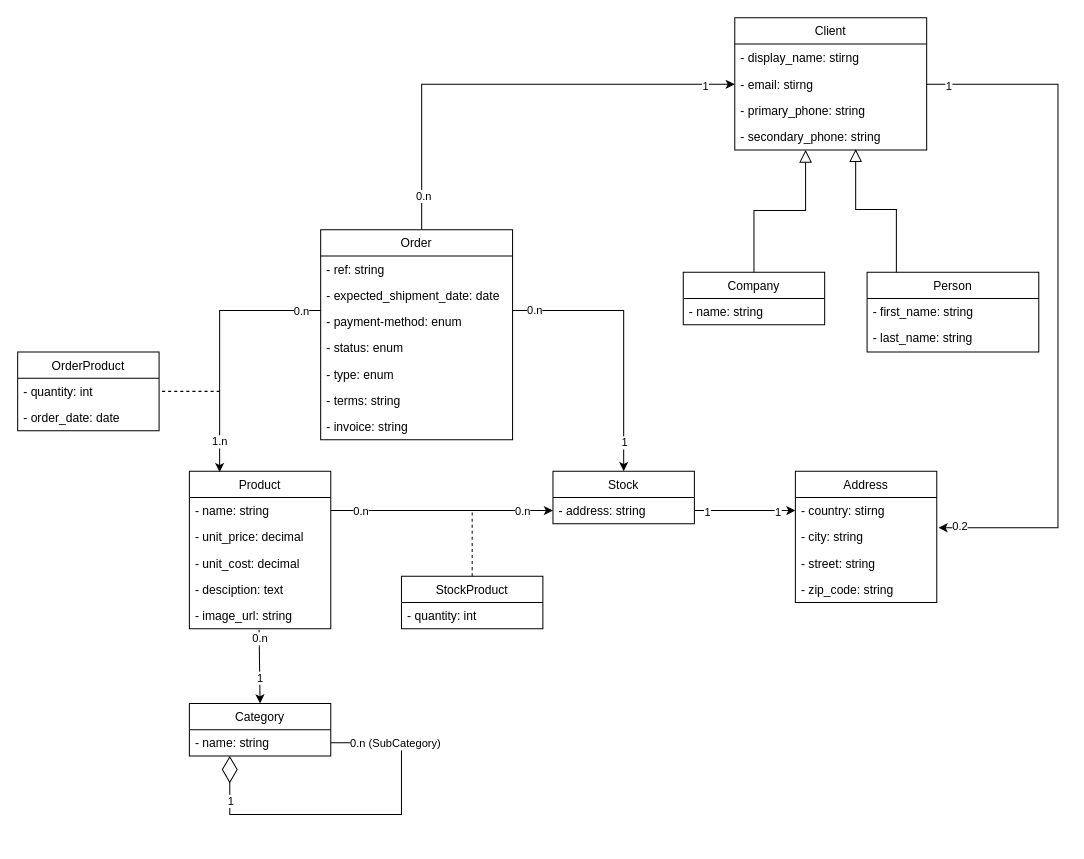
This is class-diag.drawio from neeejm/inventory-management-system, a draw.io file, before an edit. Source tidied: cells renumbered, new cells numbered last; positions are measured from the earlier drawing's top-left corner, leaving out a move shared by most shapes. Both pictures are drawn from the tidied source at 101%, with x=0, y=0 at pixel (17, 17).
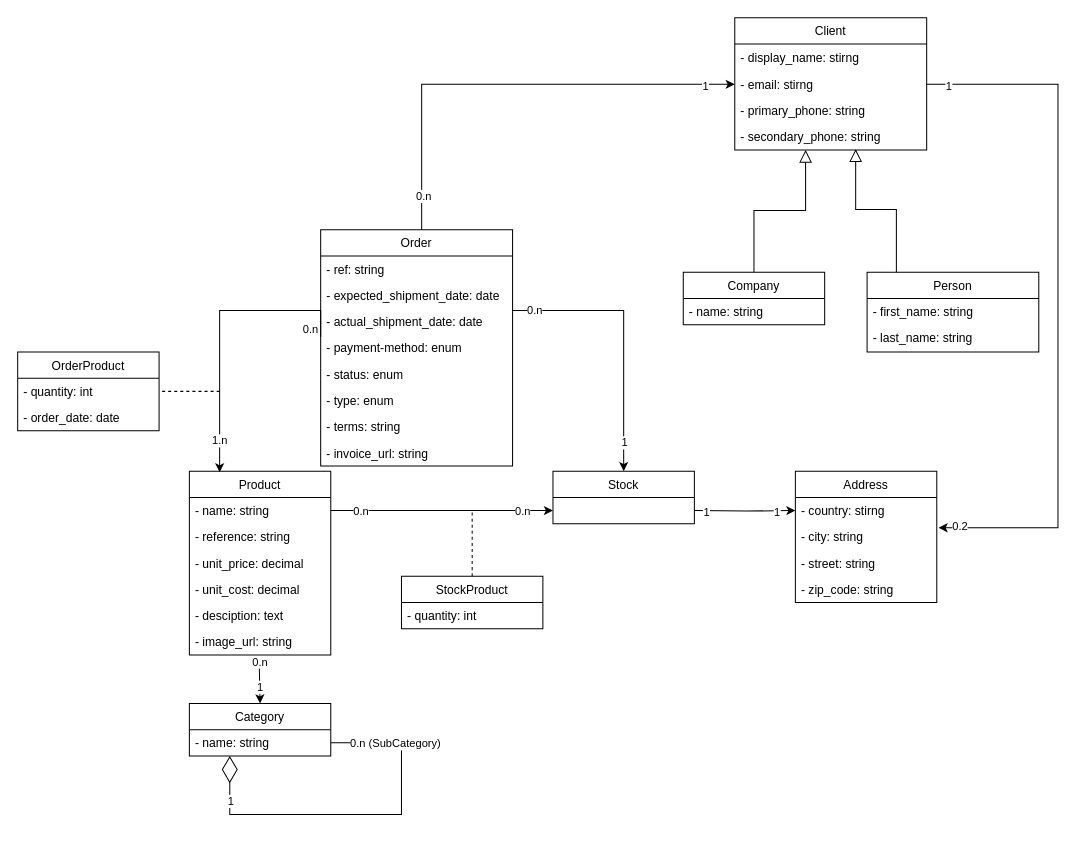
Above is the later version.

Unchanged cells that the change refers to:
```xml
<mxCell id="6" value="- name: string" style="text;strokeColor=none;fillColor=none;align=left;verticalAlign=top;spacingLeft=4;spacingRight=4;overflow=hidden;points=[[0,0.5],[1,0.5]];portConstraint=eastwest;" parent="5" vertex="1">
  <mxGeometry y="26" width="140" height="26" as="geometry" />
</mxCell>
<mxCell id="11" value="Stock" style="swimlane;fontStyle=0;horizontal=1;startSize=26;fillColor=none;" parent="1" vertex="1">
  <mxGeometry x="530" y="449" width="140" height="52" as="geometry" />
</mxCell>
<mxCell id="14" value="- country: stirng" style="text;strokeColor=none;fillColor=none;align=left;verticalAlign=top;spacingLeft=4;spacingRight=4;overflow=hidden;points=[[0,0.5],[1,0.5]];portConstraint=eastwest;" parent="13" vertex="1">
  <mxGeometry y="26" width="140" height="26" as="geometry" />
</mxCell>
```

What changed in the source:
```diff
@@
     <mxCell id="5" value="Product" style="swimlane;fontStyle=0;horizontal=1;startSize=26;fillColor=none;" parent="1" vertex="1">
-      <mxGeometry x="170" y="449" width="140" height="156" as="geometry" />
+      <mxGeometry x="170" y="449" width="140" height="182" as="geometry" />
     </mxCell>
@@
+    <mxCell id="68" value="- reference: string" style="text;strokeColor=none;fillColor=none;align=left;verticalAlign=top;spacingLeft=4;spacingRight=4;overflow=hidden;" parent="5" vertex="1">
+      <mxGeometry y="52" width="140" height="26" as="geometry" />
+    </mxCell>
     <mxCell id="7" value="- unit_price: decimal" style="text;strokeColor=none;fillColor=none;align=left;verticalAlign=top;spacingLeft=4;spacingRight=4;overflow=hidden;" parent="5" vertex="1">
-      <mxGeometry y="52" width="140" height="26" as="geometry" />
+      <mxGeometry y="78" width="140" height="26" as="geometry" />
     </mxCell>
     <mxCell id="8" value="- unit_cost: decimal" style="text;strokeColor=none;fillColor=none;align=left;verticalAlign=top;spacingLeft=4;spacingRight=4;overflow=hidden;" parent="5" vertex="1">
-      <mxGeometry y="78" width="140" height="26" as="geometry" />
+      <mxGeometry y="104" width="140" height="26" as="geometry" />
     </mxCell>
     <mxCell id="9" value="- desciption: text" style="text;strokeColor=none;fillColor=none;align=left;verticalAlign=top;spacingLeft=4;spacingRight=4;overflow=hidden;" parent="5" vertex="1">
-      <mxGeometry y="104" width="140" height="26" as="geometry" />
+      <mxGeometry y="130" width="140" height="26" as="geometry" />
     </mxCell>
     <mxCell id="10" value="- image_url: string" style="text;strokeColor=none;fillColor=none;align=left;verticalAlign=top;spacingLeft=4;spacingRight=4;overflow=hidden;points=[[0,0.5],[1,0.5]];portConstraint=eastwest;" parent="5" vertex="1">
-      <mxGeometry y="130" width="140" height="26" as="geometry" />
+      <mxGeometry y="156" width="140" height="26" as="geometry" />
     </mxCell>
@@
-    <mxCell id="12" value="- address: string" style="text;strokeColor=none;fillColor=none;align=left;verticalAlign=top;spacingLeft=4;spacingRight=4;overflow=hidden;points=[[0,0.5],[1,0.5]];portConstraint=eastwest;" parent="11" vertex="1">
-      <mxGeometry y="26" width="140" height="26" as="geometry" />
-    </mxCell>
@@
-    <mxCell id="21" style="edgeStyle=orthogonalEdgeStyle;rounded=0;jettySize=auto;html=1;entryX=0;entryY=0.5;entryDx=0;entryDy=0;" parent="1" edge="1" source="12" target="14">
-      <mxGeometry relative="1" as="geometry" />
+    <mxCell id="21" style="edgeStyle=orthogonalEdgeStyle;rounded=0;jettySize=auto;html=1;entryX=0;entryY=0.5;entryDx=0;entryDy=0;" parent="1" edge="1" target="14">
+      <mxGeometry relative="1" as="geometry">
+        <mxPoint x="670" y="488" as="sourcePoint" />
+      </mxGeometry>
     </mxCell>
@@
-    <mxCell id="29" style="edgeStyle=orthogonalEdgeStyle;rounded=0;jettySize=auto;html=1;exitX=1;exitY=0.5;exitDx=0;exitDy=0;" parent="1" edge="1" source="6" target="12">
+    <mxCell id="29" style="edgeStyle=orthogonalEdgeStyle;rounded=0;jettySize=auto;html=1;exitX=1;exitY=0.5;exitDx=0;exitDy=0;" parent="1" edge="1" source="6">
       <mxGeometry relative="1" as="geometry">
+        <mxPoint x="530" y="488" as="targetPoint" />
         <Array as="points">
           <mxPoint x="450" y="488" />
           <mxPoint x="450" y="488" />
         </Array>
       </mxGeometry>
     </mxCell>
@@
     <mxCell id="35" value="Order" style="swimlane;fontStyle=0;horizontal=1;startSize=26;fillColor=none;" parent="1" vertex="1">
-      <mxGeometry x="300" y="210" width="190" height="208" as="geometry" />
+      <mxGeometry x="300" y="210" width="190" height="234" as="geometry" />
     </mxCell>
@@
+    <mxCell id="69" value="- actual_shipment_date: date" style="text;strokeColor=none;fillColor=none;align=left;verticalAlign=top;spacingLeft=4;spacingRight=4;overflow=hidden;" parent="35" vertex="1">
+      <mxGeometry y="78" width="190" height="26" as="geometry" />
+    </mxCell>
     <mxCell id="38" value="- payment-method: enum" style="text;strokeColor=none;fillColor=none;align=left;verticalAlign=top;spacingLeft=4;spacingRight=4;overflow=hidden;points=[[0,0.5],[1,0.5]];portConstraint=eastwest;" parent="35" vertex="1">
-      <mxGeometry y="78" width="190" height="26" as="geometry" />
+      <mxGeometry y="104" width="190" height="26" as="geometry" />
     </mxCell>
     <mxCell id="39" value="- status: enum" style="text;strokeColor=none;fillColor=none;align=left;verticalAlign=top;spacingLeft=4;spacingRight=4;overflow=hidden;" parent="35" vertex="1">
-      <mxGeometry y="104" width="190" height="26" as="geometry" />
+      <mxGeometry y="130" width="190" height="26" as="geometry" />
     </mxCell>
     <mxCell id="40" value="- type: enum" style="text;strokeColor=none;fillColor=none;align=left;verticalAlign=top;spacingLeft=4;spacingRight=4;overflow=hidden;" parent="35" vertex="1">
-      <mxGeometry y="130" width="190" height="26" as="geometry" />
+      <mxGeometry y="156" width="190" height="26" as="geometry" />
     </mxCell>
     <mxCell id="41" value="- terms: string" style="text;strokeColor=none;fillColor=none;align=left;verticalAlign=top;spacingLeft=4;spacingRight=4;overflow=hidden;" parent="35" vertex="1">
-      <mxGeometry y="156" width="190" height="26" as="geometry" />
+      <mxGeometry y="182" width="190" height="26" as="geometry" />
     </mxCell>
-    <mxCell id="42" value="- invoice: string" style="text;strokeColor=none;fillColor=none;align=left;verticalAlign=top;spacingLeft=4;spacingRight=4;overflow=hidden;" parent="35" vertex="1">
-      <mxGeometry y="182" width="190" height="26" as="geometry" />
+    <mxCell id="42" value="- invoice_url: string" style="text;strokeColor=none;fillColor=none;align=left;verticalAlign=top;spacingLeft=4;spacingRight=4;overflow=hidden;" parent="35" vertex="1">
+      <mxGeometry y="208" width="190" height="26" as="geometry" />
     </mxCell>
```
